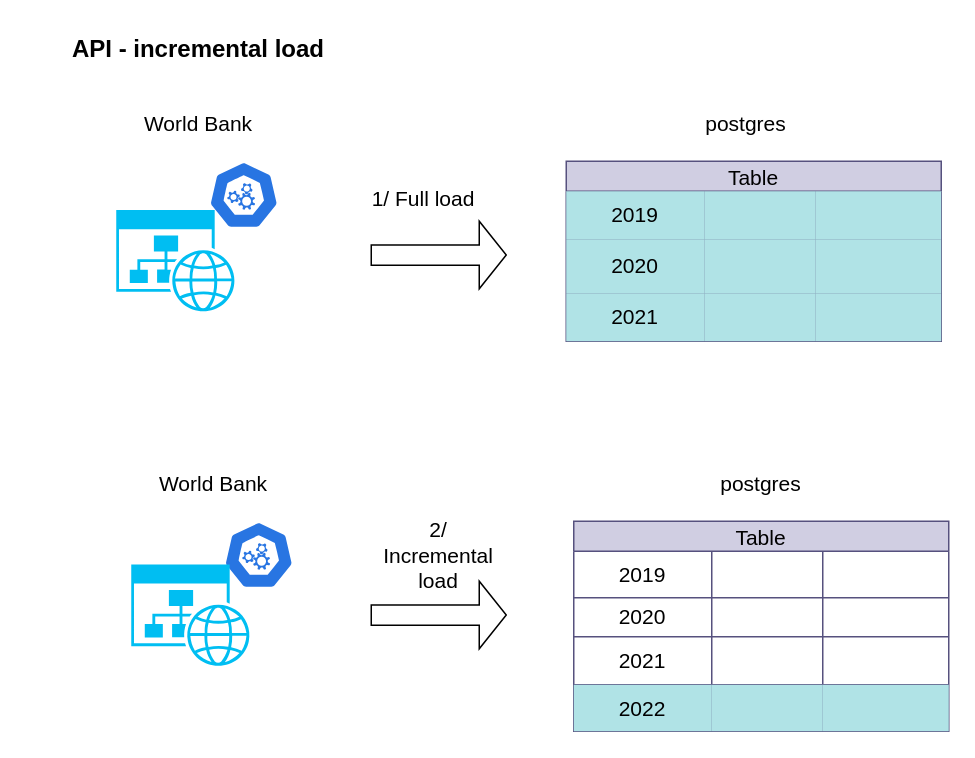
Earlier version of the draw.io diagram images/increment_api_extract.drawio (suphineneo/Global_Economic_Monitor). Source tidied: cells renumbered, new cells numbered last; positions are measured from the earlier drawing's top-left corner, leaving out a move shared by most shapes. Both pictures are drawn from the tidied source at 150%, with x=0, y=0 at pixel (26, 26).
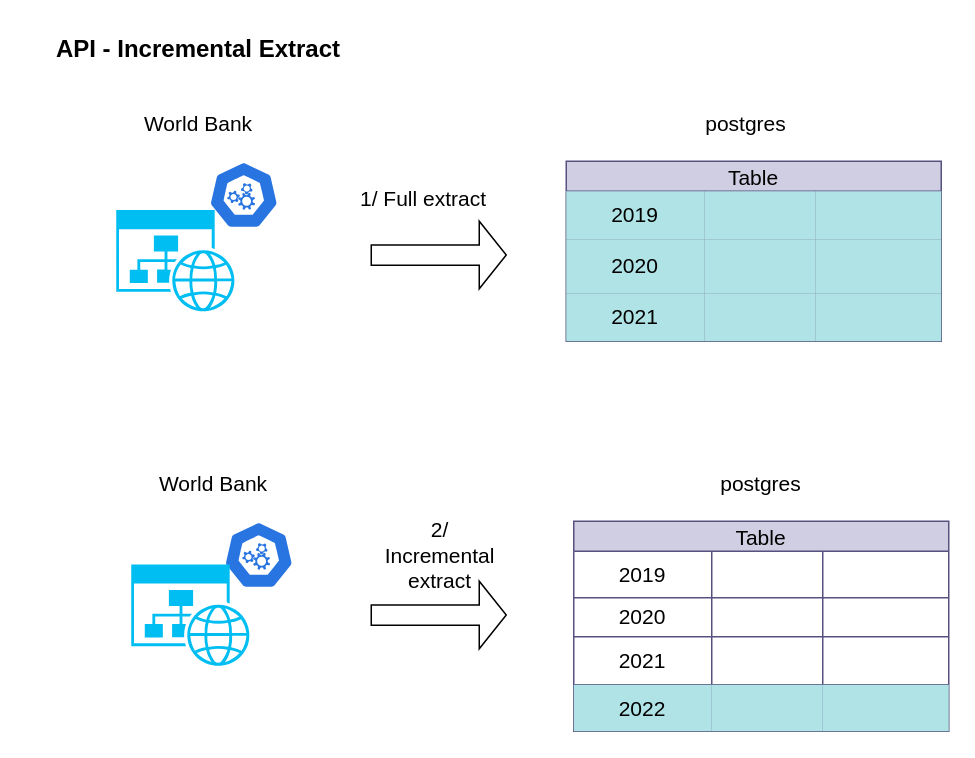
The same page after the edit.

What changed in the source:
```diff
@@
-    <mxCell id="3" value="API - incremental load" style="text;html=1;align=center;verticalAlign=middle;whiteSpace=wrap;rounded=0;fontStyle=1;fontSize=16;" parent="1" vertex="1">
+    <mxCell id="3" value="API - Incremental Extract" style="text;html=1;align=center;verticalAlign=middle;whiteSpace=wrap;rounded=0;fontStyle=1;fontSize=16;" parent="1" vertex="1">
       <mxGeometry width="230" height="30" as="geometry" />
     </mxCell>
@@
-    <mxCell id="5" value="2/ Incremental load" style="text;html=1;align=center;verticalAlign=middle;whiteSpace=wrap;rounded=0;fontSize=14;" parent="1" vertex="1">
-      <mxGeometry x="230" y="337.5" width="90" height="30" as="geometry" />
+    <mxCell id="5" value="2/ Incremental extract" style="text;html=1;align=center;verticalAlign=middle;whiteSpace=wrap;rounded=0;fontSize=14;" parent="1" vertex="1">
+      <mxGeometry x="231" y="337.5" width="90" height="30" as="geometry" />
     </mxCell>
@@
-    <mxCell id="28" value="1/ Full load" style="text;html=1;align=center;verticalAlign=middle;whiteSpace=wrap;rounded=0;fontSize=14;" parent="1" vertex="1">
+    <mxCell id="28" value="1/ Full extract" style="text;html=1;align=center;verticalAlign=middle;whiteSpace=wrap;rounded=0;fontSize=14;" parent="1" vertex="1">
       <mxGeometry x="220" y="100" width="90" height="30" as="geometry" />
     </mxCell>
```
